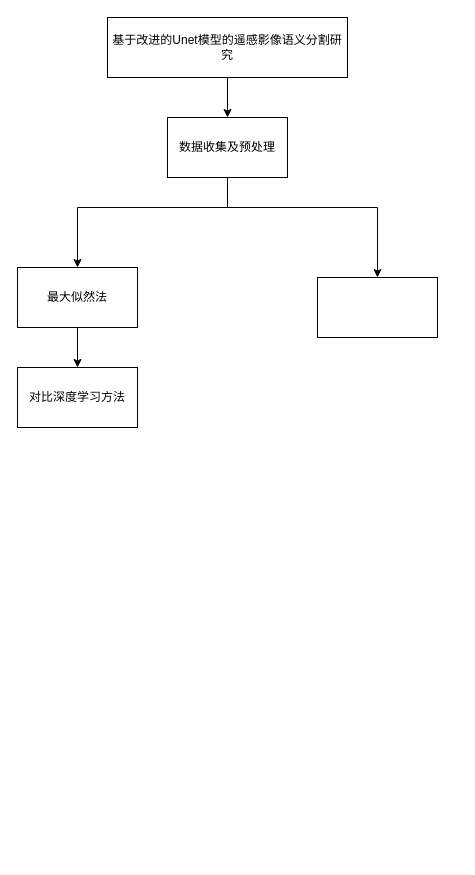
Above: Untitled Diagram.drawio in postgraduate1/Unet (draw.io), before the change. Source tidied: cells renumbered, new cells numbered last; positions are measured from the earlier drawing's top-left corner, leaving out a move shared by most shapes. Both pictures are drawn from the tidied source at 100%, with x=0, y=0 at pixel (17, 17).
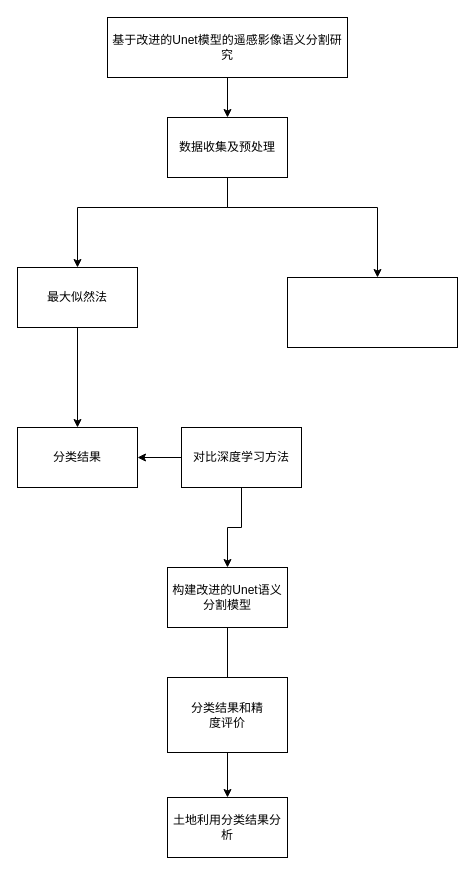
The same diagram, later.

The change refers to these unchanged cells:
```xml
<mxCell id="8" value="最大似然法" style="rounded=0;whiteSpace=wrap;html=1;" parent="1" vertex="1">
  <mxGeometry y="250" width="120" height="60" as="geometry" />
</mxCell>
```

Change to the diagram source:
```diff
@@
-    <mxCell id="7" style="edgeStyle=orthogonalEdgeStyle;rounded=0;jettySize=auto;html=1;" parent="1" edge="1" source="8" target="10">
-      <mxGeometry relative="1" as="geometry" />
-    </mxCell>
+    <mxCell id="11" style="edgeStyle=orthogonalEdgeStyle;rounded=0;jettySize=auto;html=1;" parent="1" edge="1" source="8" target="19">
+      <mxGeometry relative="1" as="geometry" />
+    </mxCell>
@@
     <mxCell id="9" style="rounded=0;whiteSpace=wrap;html=1;" parent="1" vertex="1">
-      <mxGeometry x="300" y="260" width="120" height="60" as="geometry" />
+      <mxGeometry x="270" y="260" width="170" height="70" as="geometry" />
     </mxCell>
+    <mxCell id="12" style="edgeStyle=orthogonalEdgeStyle;rounded=0;jettySize=auto;html=1;exitX=0;exitY=0.5;exitDx=0;exitDy=0;" parent="1" edge="1" source="10" target="19">
+      <mxGeometry relative="1" as="geometry" />
+    </mxCell>
+    <mxCell id="13" style="edgeStyle=orthogonalEdgeStyle;rounded=0;jettySize=auto;html=1;exitX=0.5;exitY=1;exitDx=0;exitDy=0;entryX=0.5;entryY=0;entryDx=0;entryDy=0;" parent="1" edge="1" source="10" target="15">
+      <mxGeometry relative="1" as="geometry" />
+    </mxCell>
     <mxCell id="10" value="对比深度学习方法" style="whiteSpace=wrap;html=1;rounded=0;" parent="1" vertex="1">
-      <mxGeometry y="350" width="120" height="60" as="geometry" />
+      <mxGeometry x="164" y="410" width="120" height="60" as="geometry" />
     </mxCell>
+    <mxCell id="14" style="edgeStyle=orthogonalEdgeStyle;rounded=0;jettySize=auto;html=1;startArrow=none;" parent="1" edge="1" source="17" target="16">
+      <mxGeometry relative="1" as="geometry" />
+    </mxCell>
+    <mxCell id="15" value="构建改进的Unet语义分割模型" style="whiteSpace=wrap;html=1;rounded=0;" parent="1" vertex="1">
+      <mxGeometry x="150" y="550" width="120" height="60" as="geometry" />
+    </mxCell>
+    <mxCell id="16" value="土地利用分类结果分析" style="whiteSpace=wrap;html=1;rounded=0;" parent="1" vertex="1">
+      <mxGeometry x="150" y="780" width="120" height="60" as="geometry" />
+    </mxCell>
+    <mxCell id="17" value="分类结果和精&lt;br&gt;度评价&lt;br&gt;" style="rounded=0;whiteSpace=wrap;html=1;" parent="1" vertex="1">
+      <mxGeometry x="150" y="660" width="120" height="75" as="geometry" />
+    </mxCell>
+    <mxCell id="18" style="edgeStyle=orthogonalEdgeStyle;rounded=0;jettySize=auto;html=1;endArrow=none;" parent="1" edge="1" source="15" target="17">
+      <mxGeometry relative="1" as="geometry" />
+    </mxCell>
+    <mxCell id="19" value="分类结果" style="whiteSpace=wrap;html=1;rounded=0;" parent="1" vertex="1">
+      <mxGeometry y="410" width="120" height="60" as="geometry" />
+    </mxCell>
```
